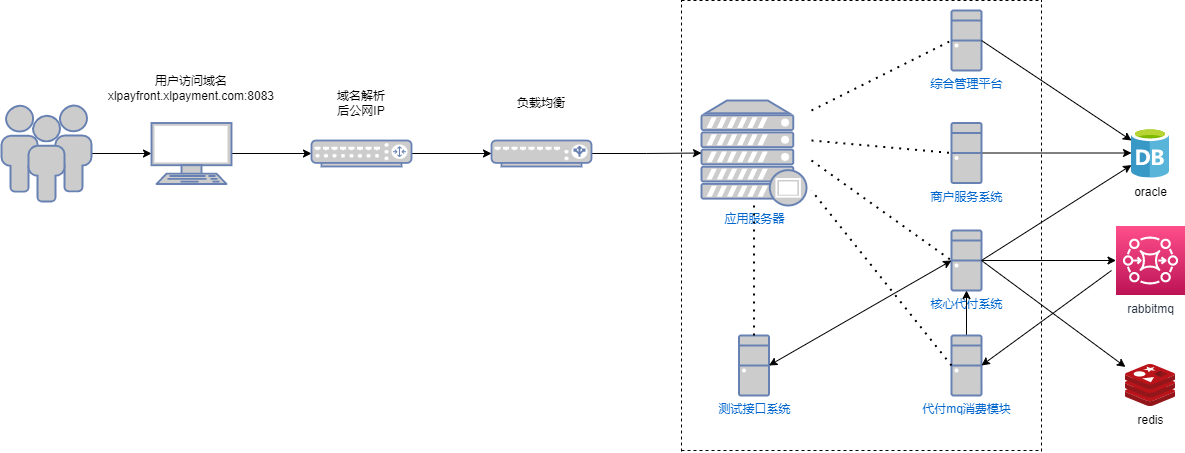
songyibo2019/mydiagrams keeps this draw.io diagram as 代付部署架构图.png. Above is the earlier version. Source tidied: cells renumbered, new cells last; positions are measured from the earlier drawing's top-left corner, leaving out a move shared by most shapes.
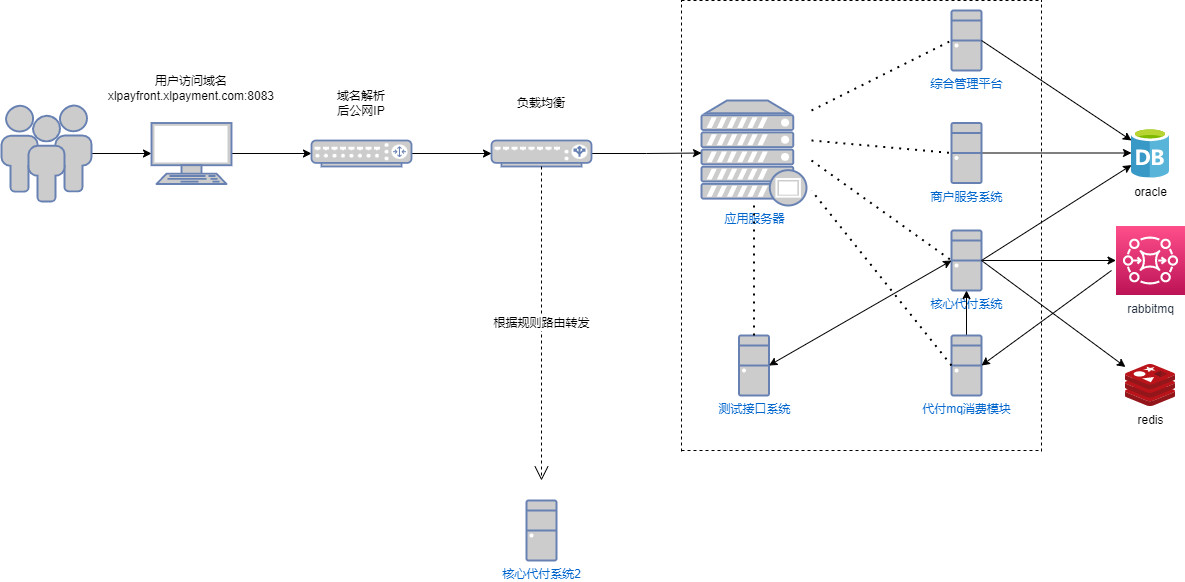
The same file after the commit.

Commit message:
Update 代付部署架构图.png

The edit, as a diff of the source:
```diff
@@ -137,5 +137,13 @@
     <mxCell id="38" value="负载均衡" style="text;html=1;strokeColor=none;fillColor=none;align=center;verticalAlign=middle;whiteSpace=wrap;rounded=0;" parent="1" vertex="1">
       <mxGeometry x="510" y="90" width="60" height="26" as="geometry" />
     </mxCell>
+    <mxCell id="39" value="根据规则路由转发" style="endArrow=open;endSize=12;dashed=1;html=1;rounded=0;exitX=0.5;exitY=1;exitDx=0;exitDy=0;exitPerimeter=0;" parent="1" edge="1" source="31">
+      <mxGeometry relative="1" as="geometry">
+        <mxPoint x="540" y="480" as="targetPoint" />
+      </mxGeometry>
+    </mxCell>
+    <mxCell id="40" value="核心代付系统2" style="fontColor=#0066CC;verticalAlign=top;verticalLabelPosition=bottom;labelPosition=center;align=center;html=1;fillColor=#CCCCCC;strokeColor=#6881B3;gradientColor=none;gradientDirection=north;strokeWidth=2;shape=mxgraph.networks.desktop_pc;" parent="1" vertex="1">
+      <mxGeometry x="525" y="500" width="30" height="60" as="geometry" />
+    </mxCell>
   </root>
 </mxGraphModel>
```
